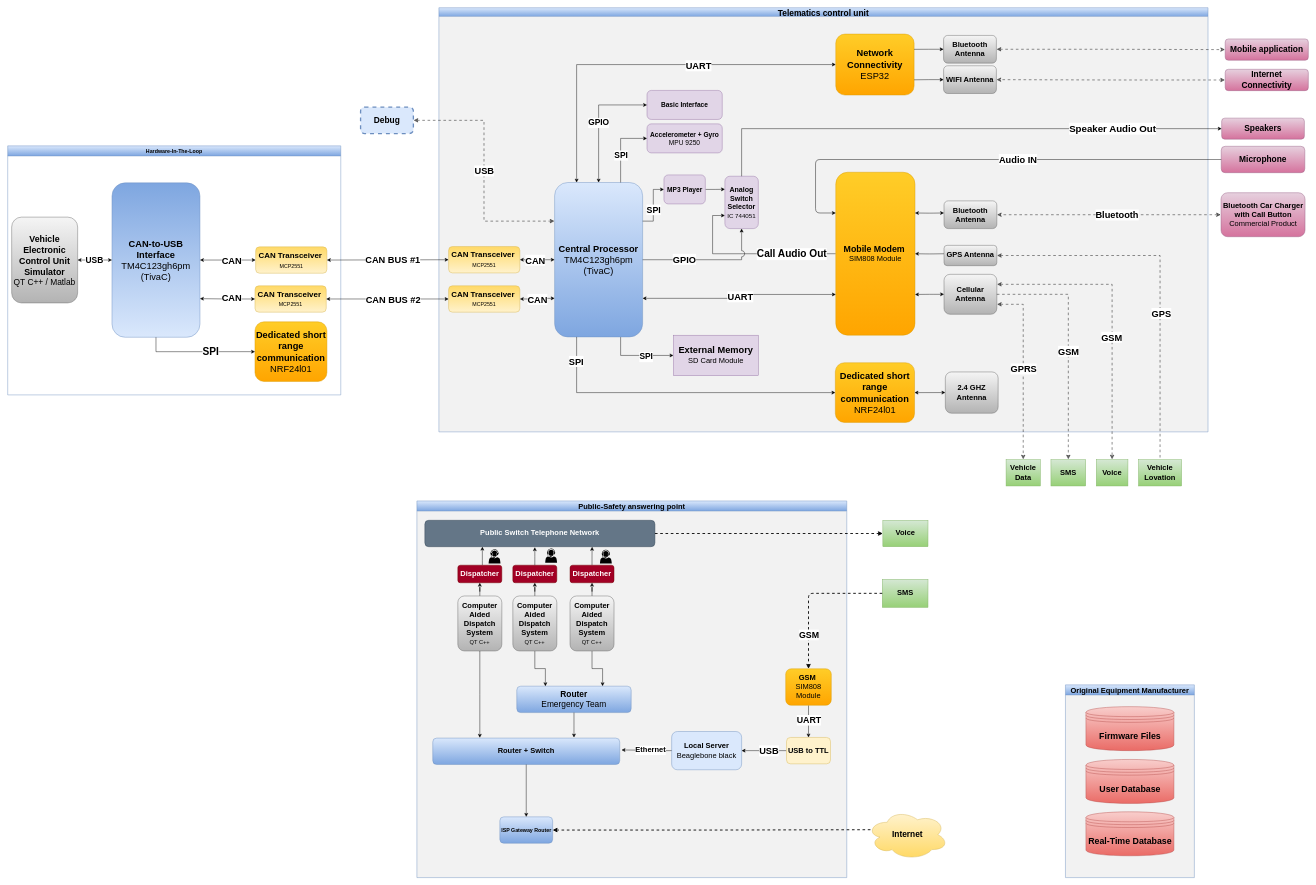
Above: Documentations/BlockDigrams/System_Block_Diagram.drawio in Ahmeddsherrif/GP_TCU (draw.io), before the change. Source tidied: cells renumbered, new cells numbered last; positions are measured from the earlier drawing's top-left corner, leaving out a move shared by most shapes. Both pictures are drawn from the tidied source at 44%, with x=0, y=0 at pixel (7, 7).
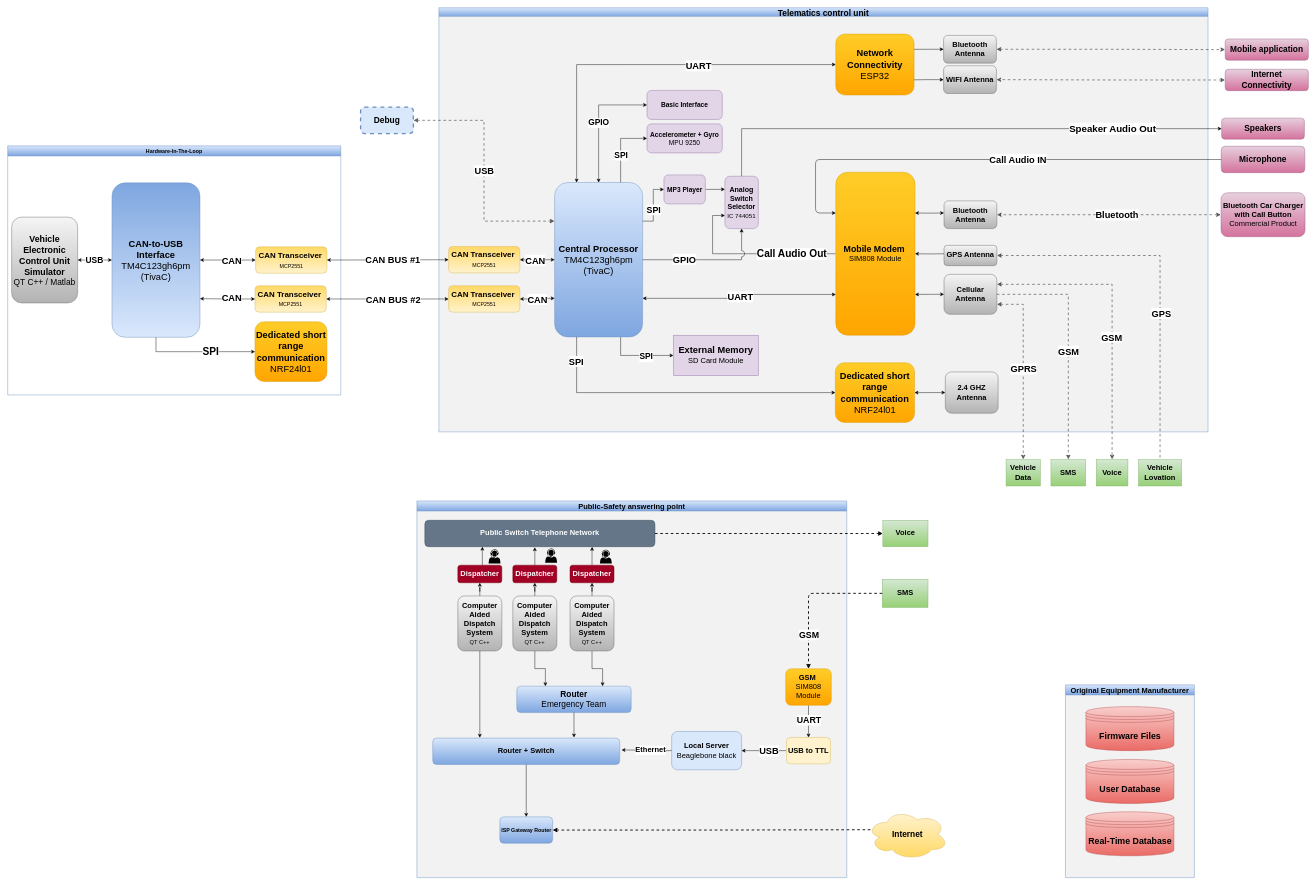
The same diagram, later.

The change refers to these unchanged cells:
```xml
<mxCell id="109" style="edgeStyle=orthogonalEdgeStyle;rounded=1;jettySize=auto;html=1;startArrow=none;startFill=0;endArrow=classic;endFill=1;strokeColor=#000000;strokeWidth=1;fontSize=20;fontStyle=1;exitX=0;exitY=0.5;exitDx=0;exitDy=0;entryX=0;entryY=0.25;entryDx=0;entryDy=0;" parent="1" edge="1" source="85" target="45">
  <mxGeometry relative="1" as="geometry">
    <Array as="points">
      <mxPoint x="1836" y="345" />
      <mxPoint x="1836" y="467" />
    </Array>
  </mxGeometry>
</mxCell>
```

The edit, as a diff of the source:
```diff
@@
-    <mxCell id="110" value="&lt;font style=&quot;font-size: 21px&quot;&gt;Audio IN&lt;/font&gt;" style="edgeLabel;html=1;align=center;verticalAlign=middle;fontSize=17;fontStyle=1;" parent="109" vertex="1">
+    <mxCell id="110" value="&lt;font style=&quot;font-size: 21px&quot;&gt;Call Audio IN&lt;/font&gt;" style="edgeLabel;html=1;align=center;verticalAlign=middle;fontSize=17;fontStyle=1;" parent="109" vertex="1">
       <mxGeometry x="-0.15" y="-1" relative="1" as="geometry" />
     </mxCell>
```
